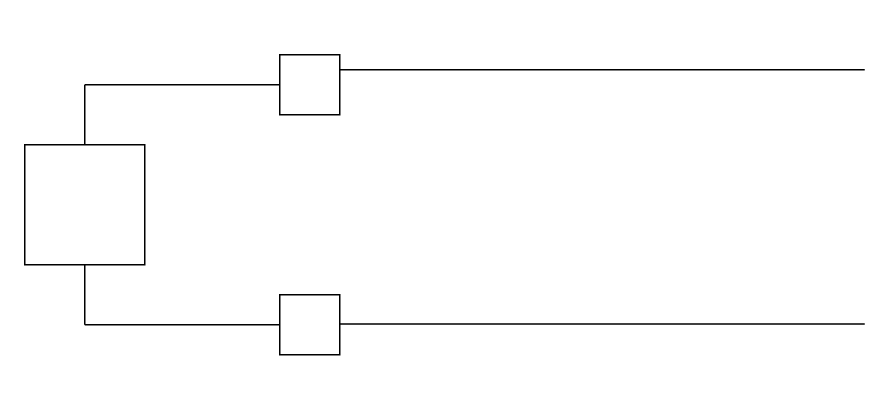
Before: Lab3 Zad1.drawio in dibovdmitry/Project, a draw.io diagram. Source tidied: cells renumbered, new cells numbered last; positions are measured from the earlier drawing's top-left corner, leaving out a move shared by most shapes. Both pictures are drawn from the tidied source at 150%, with x=0, y=0 at pixel (24, 54).
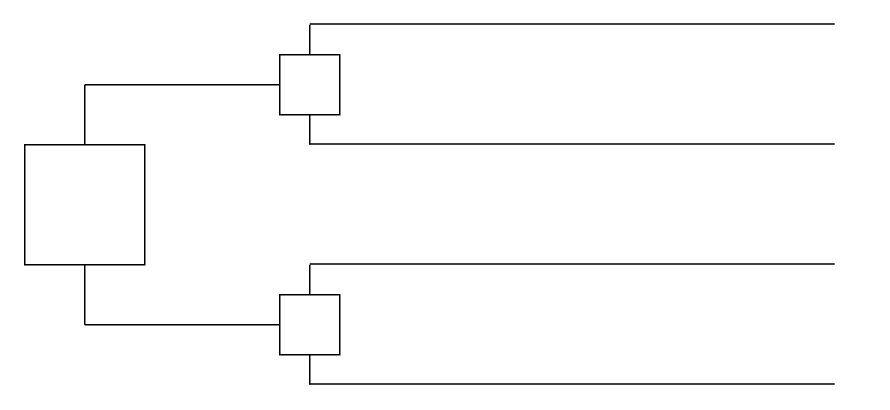
The same page after the edit.

The change refers to these unchanged cells:
```xml
<mxCell id="3" style="whiteSpace=wrap;html=1;" parent="1" vertex="1">
  <mxGeometry x="170" width="40" height="40" as="geometry" />
</mxCell>
<mxCell id="4" style="whiteSpace=wrap;html=1;" parent="1" vertex="1">
  <mxGeometry x="170" y="160" width="40" height="40" as="geometry" />
</mxCell>
```

The edit, as a diff of the source:
```diff
@@
     <mxCell id="9" style="endArrow=none;html=1;rounded=0;" parent="1" edge="1">
       <mxGeometry relative="1" as="geometry">
-        <mxPoint x="210" y="10" as="sourcePoint" />
-        <mxPoint x="560" y="10" as="targetPoint" />
+        <mxPoint x="190" y="-20.5" as="sourcePoint" />
+        <mxPoint x="540" y="-20.5" as="targetPoint" />
       </mxGeometry>
     </mxCell>
-    <mxCell id="10" style="endArrow=none;html=1;rounded=0;" parent="1" edge="1">
-      <mxGeometry relative="1" as="geometry">
-        <mxPoint x="210" y="179.5" as="sourcePoint" />
-        <mxPoint x="560" y="179.5" as="targetPoint" />
-      </mxGeometry>
-    </mxCell>
+    <mxCell id="11" style="endArrow=none;html=1;rounded=0;" parent="1" edge="1">
+      <mxGeometry relative="1" as="geometry">
+        <mxPoint x="190" y="59.5" as="sourcePoint" />
+        <mxPoint x="540" y="59.5" as="targetPoint" />
+      </mxGeometry>
+    </mxCell>
+    <mxCell id="12" style="endArrow=none;html=1;rounded=0;" parent="1" edge="1">
+      <mxGeometry relative="1" as="geometry">
+        <mxPoint x="190" y="139.5" as="sourcePoint" />
+        <mxPoint x="540" y="139.5" as="targetPoint" />
+      </mxGeometry>
+    </mxCell>
+    <mxCell id="13" style="endArrow=none;html=1;rounded=0;" parent="1" edge="1">
+      <mxGeometry relative="1" as="geometry">
+        <mxPoint x="190" y="219.5" as="sourcePoint" />
+        <mxPoint x="540" y="219.5" as="targetPoint" />
+      </mxGeometry>
+    </mxCell>
+    <mxCell id="14" style="endArrow=none;html=1;rounded=0;exitX=0.5;exitY=0;exitDx=0;exitDy=0;" parent="1" edge="1" source="4">
+      <mxGeometry relative="1" as="geometry">
+        <mxPoint x="190" y="140" as="targetPoint" />
+      </mxGeometry>
+    </mxCell>
+    <mxCell id="15" style="endArrow=none;html=1;rounded=0;exitX=0.5;exitY=1;exitDx=0;exitDy=0;" parent="1" edge="1" source="4">
+      <mxGeometry relative="1" as="geometry">
+        <mxPoint x="190" y="220" as="targetPoint" />
+      </mxGeometry>
+    </mxCell>
+    <mxCell id="16" style="endArrow=none;html=1;rounded=0;exitX=0.5;exitY=0;exitDx=0;exitDy=0;" parent="1" edge="1" source="3">
+      <mxGeometry relative="1" as="geometry">
+        <mxPoint x="190" y="-20" as="targetPoint" />
+      </mxGeometry>
+    </mxCell>
+    <mxCell id="17" style="endArrow=none;html=1;rounded=0;exitX=0.5;exitY=1;exitDx=0;exitDy=0;" parent="1" edge="1" source="3">
+      <mxGeometry relative="1" as="geometry">
+        <mxPoint x="190" y="60" as="targetPoint" />
+      </mxGeometry>
+    </mxCell>
```
